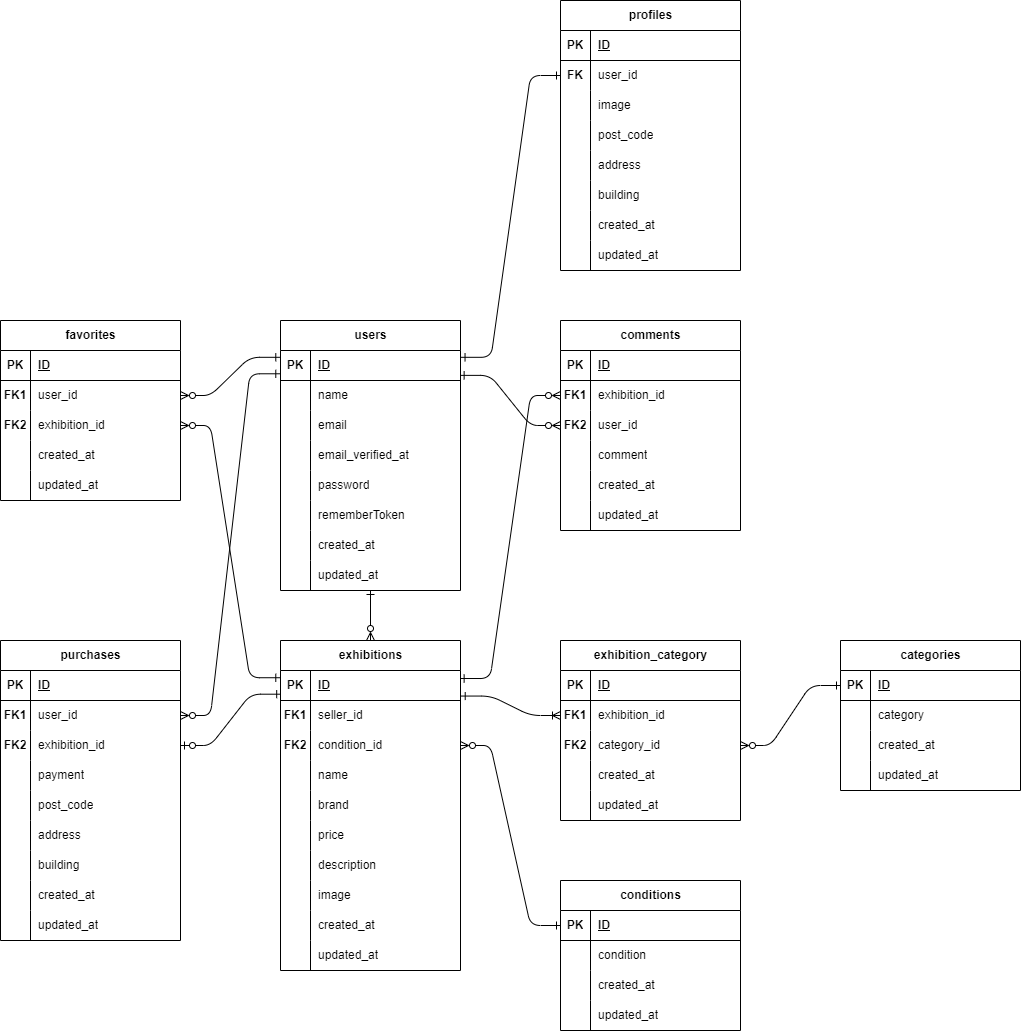
Above: er.drawio.png in hiyo1925fiore/Coachtech-FleaMarket (draw.io), before the change. Source tidied: cells renumbered, new cells last; positions are measured from the earlier drawing's top-left corner, leaving out a move shared by most shapes.
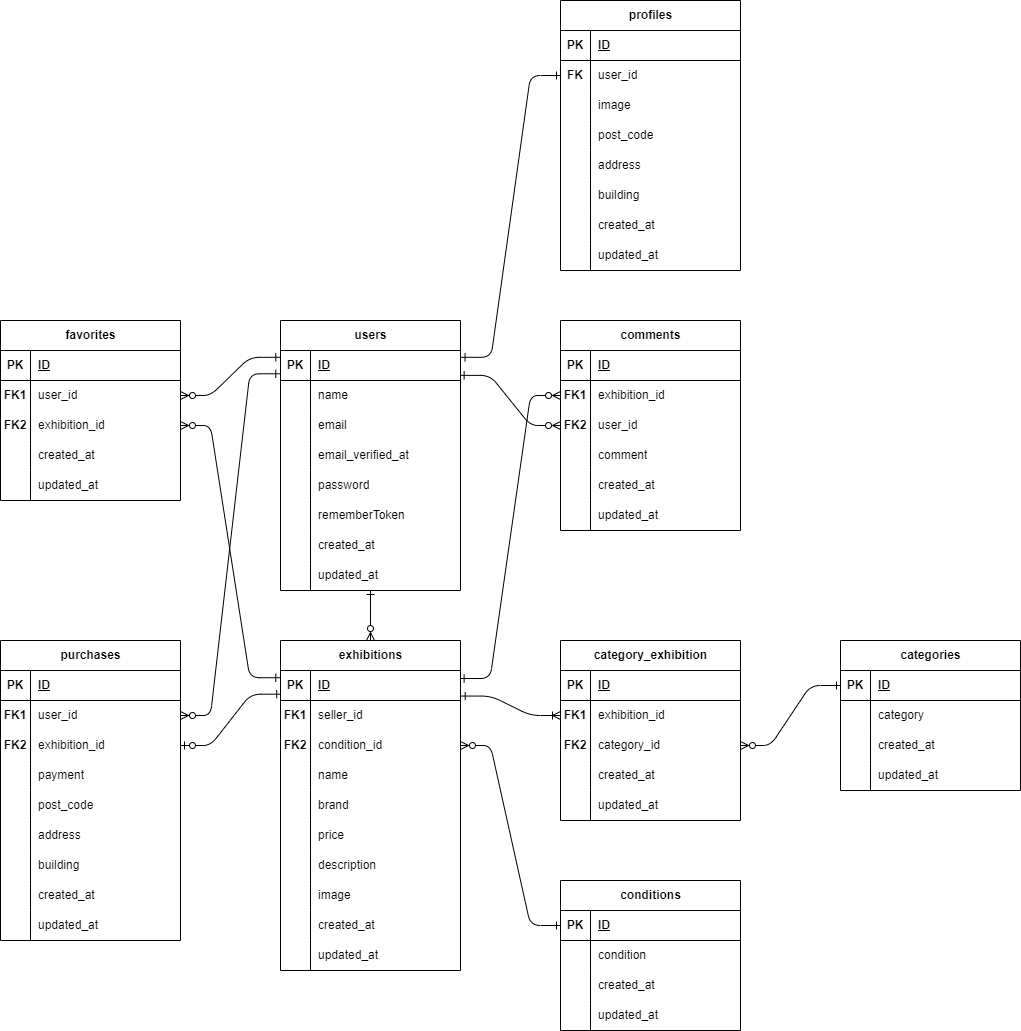
The same diagram one commit later.

Change to the diagram source:
```diff
@@ -179,7 +179,7 @@
     <mxCell id="60" style="edgeStyle=entityRelationEdgeStyle;html=1;exitX=1.004;exitY=0.852;exitDx=0;exitDy=0;startArrow=ERone;startFill=0;endArrow=ERoneToMany;endFill=0;exitPerimeter=0;entryX=0;entryY=0.5;entryDx=0;entryDy=0;" parent="1" edge="1" source="30" target="65">
       <mxGeometry relative="1" as="geometry" />
     </mxCell>
-    <mxCell id="61" value="exhibition_category" style="shape=table;startSize=30;rowLines=0;fontStyle=1;align=center;html=1;" parent="1" vertex="1">
+    <mxCell id="61" value="category_exhibition" style="shape=table;startSize=30;rowLines=0;fontStyle=1;align=center;html=1;" parent="1" vertex="1">
       <mxGeometry x="560" y="640" width="180" height="180" as="geometry" />
     </mxCell>
     <mxCell id="62" style="shape=tableRow;horizontal=0;startSize=0;swimlaneHead=0;swimlaneBody=0;fillColor=none;top=0;left=0;right=0;bottom=1;" parent="61" vertex="1">
```
